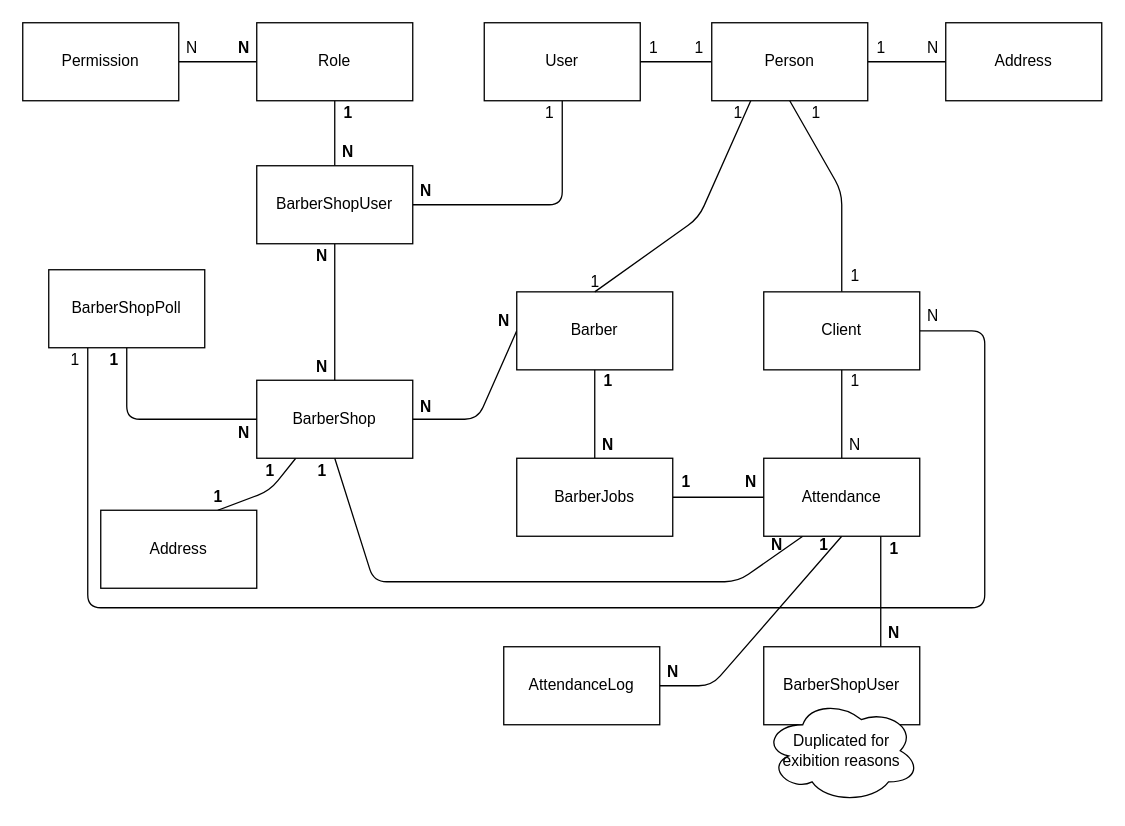
The draw.io diagram docs/der.drawio in gabriellimoni/limoni-barber-api, before the edit. Source tidied: cells renumbered, new cells numbered last; positions are measured from the earlier drawing's top-left corner, leaving out a move shared by most shapes. Both pictures are drawn from the tidied source at 130%, with x=0, y=0 at pixel (22, 22).
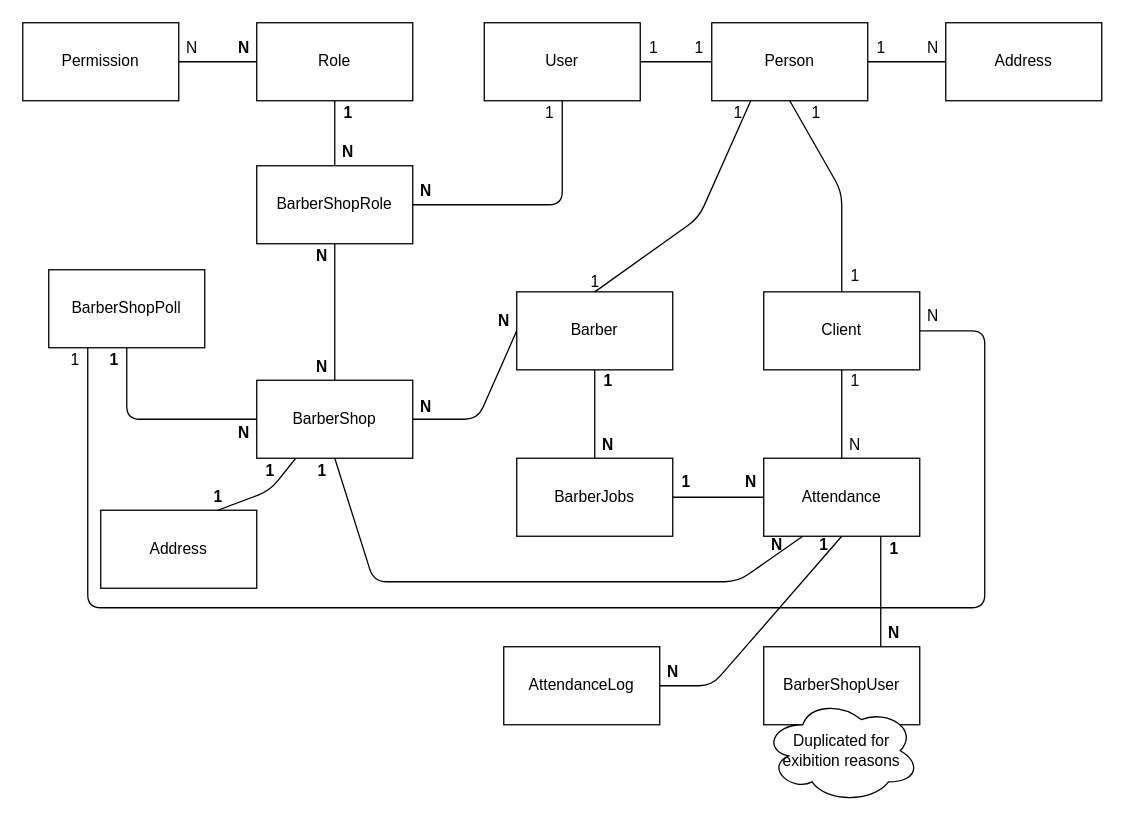
Above is the later version.

Change to the diagram source:
```diff
@@
-    <mxCell id="34" value="BarberShopUser" style="rounded=0;whiteSpace=wrap;html=1;" parent="1" vertex="1">
+    <mxCell id="34" value="BarberShopRole" style="rounded=0;whiteSpace=wrap;html=1;" parent="1" vertex="1">
       <mxGeometry x="180" y="110" width="120" height="60" as="geometry" />
     </mxCell>
```
